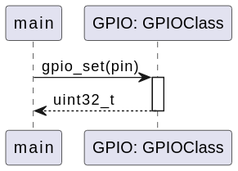
Above: ai-design/sequence/gpio_set.svg in Bhagyani08/test_project (PlantUML), before the change.
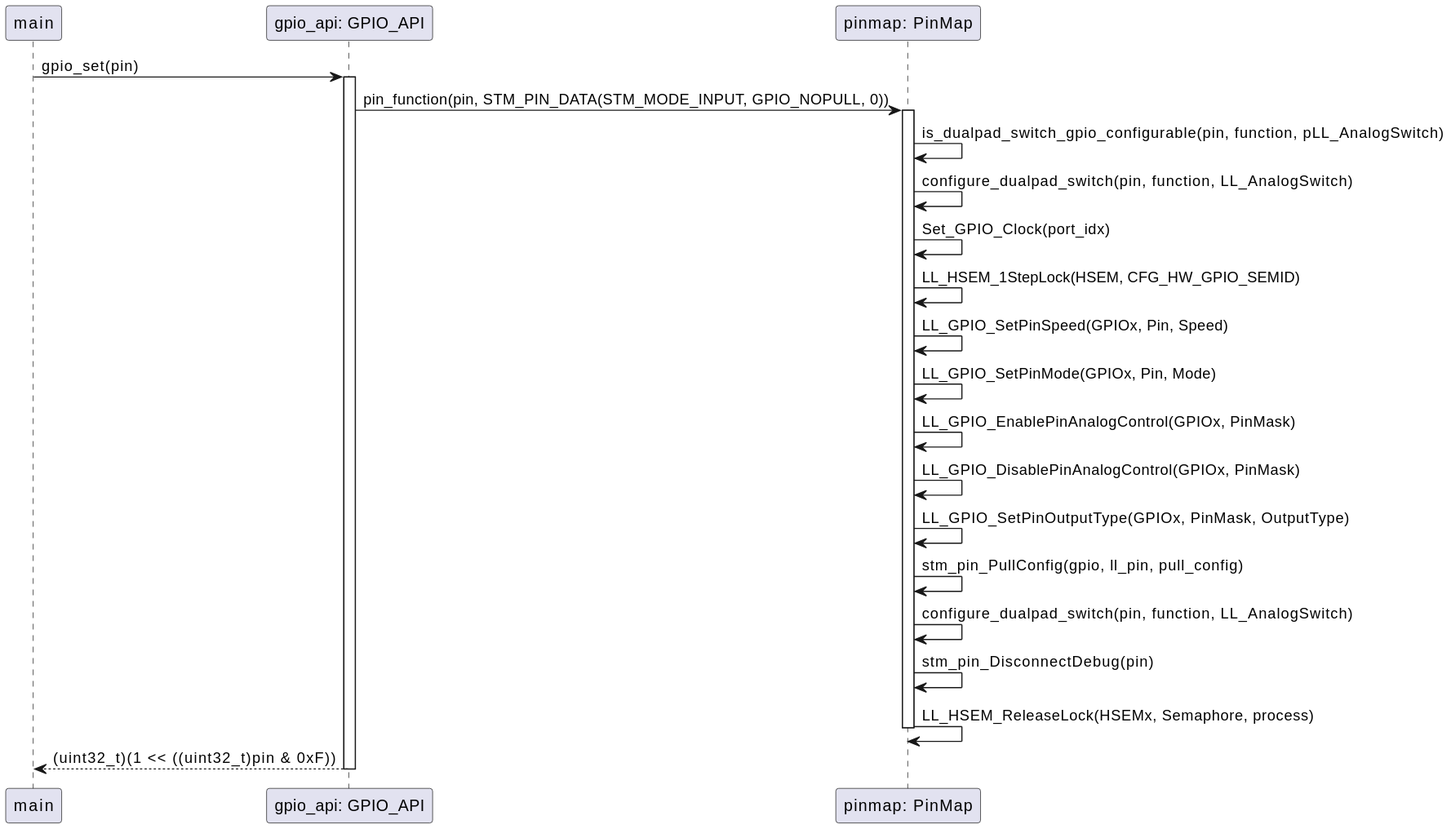
The same diagram one commit later.

Commit message:
Auto-update AI design diagrams

The edit, as a diff of the source:
```diff
@@ -1,9 +1,30 @@
 @startuml
 participant "main" as Main
-participant "GPIO: GPIOClass" as GPIO
+participant "gpio_api: GPIO_API" as GPIO_API
+participant "pinmap: PinMap" as PinMap
 
-Main -> GPIO : gpio_set(pin)
-activate GPIO
-GPIO --> Main : uint32_t
-deactivate GPIO
+Main -> GPIO_API : gpio_set(pin)
+activate GPIO_API
+
+GPIO_API -> PinMap : pin_function(pin, STM_PIN_DATA(STM_MODE_INPUT, GPIO_NOPULL, 0))
+activate PinMap
+
+PinMap -> PinMap : is_dualpad_switch_gpio_configurable(pin, function, pLL_AnalogSwitch)
+PinMap -> PinMap : configure_dualpad_switch(pin, function, LL_AnalogSwitch)
+PinMap -> PinMap : Set_GPIO_Clock(port_idx)
+PinMap -> PinMap : LL_HSEM_1StepLock(HSEM, CFG_HW_GPIO_SEMID)
+PinMap -> PinMap : LL_GPIO_SetPinSpeed(GPIOx, Pin, Speed)
+PinMap -> PinMap : LL_GPIO_SetPinMode(GPIOx, Pin, Mode)
+PinMap -> PinMap : LL_GPIO_EnablePinAnalogControl(GPIOx, PinMask)
+PinMap -> PinMap : LL_GPIO_DisablePinAnalogControl(GPIOx, PinMask)
+PinMap -> PinMap : LL_GPIO_SetPinOutputType(GPIOx, PinMask, OutputType)
+PinMap -> PinMap : stm_pin_PullConfig(gpio, ll_pin, pull_config)
+PinMap -> PinMap : configure_dualpad_switch(pin, function, LL_AnalogSwitch)
+PinMap -> PinMap : stm_pin_DisconnectDebug(pin)
+PinMap -> PinMap : LL_HSEM_ReleaseLock(HSEMx, Semaphore, process)
+
+deactivate PinMap
+
+GPIO_API --> Main : (uint32_t)(1 << ((uint32_t)pin & 0xF))
+deactivate GPIO_API
 @enduml
```
